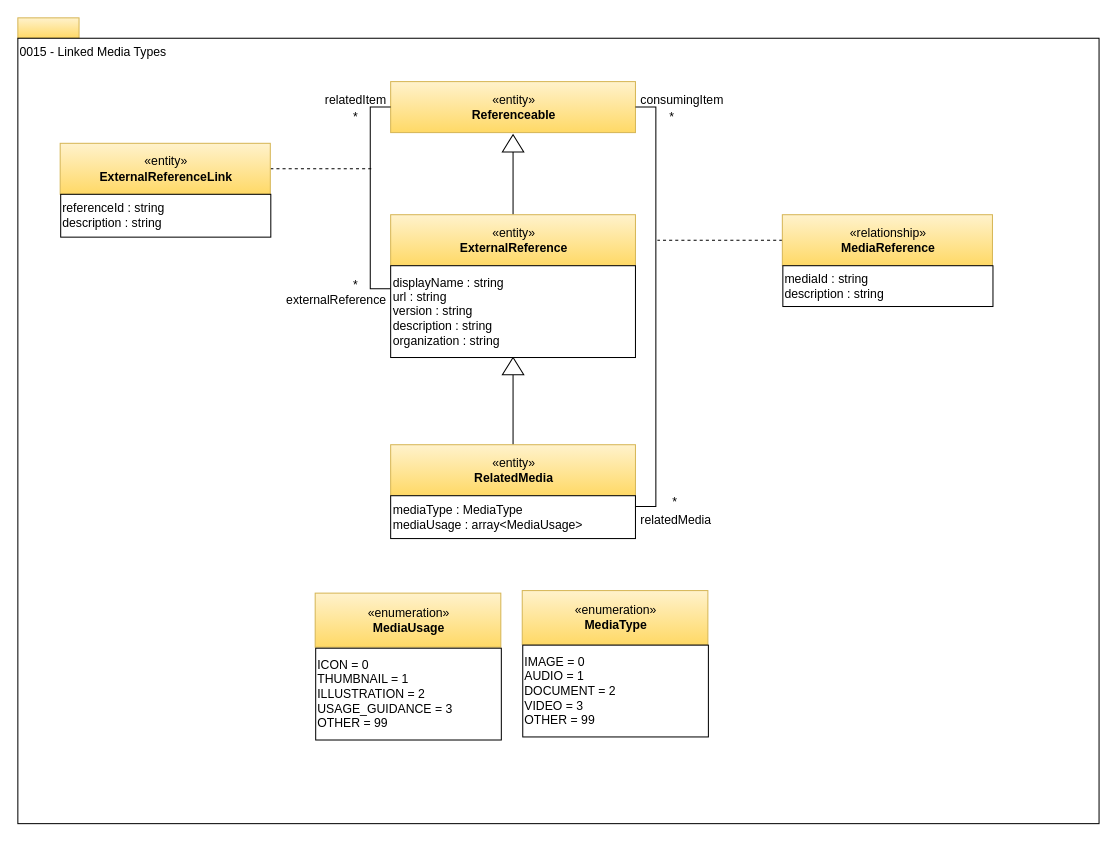
Above: page "0015-Linked-Media-Types" (5 of 20) of open-metadata-publication/website/open-metadata-types/area-0-basic-types-and-infrastructure.drawio in odpi/egeria (draw.io), before the change. Source tidied: cells renumbered, new cells numbered last; positions are measured from the earlier drawing's top-left corner, leaving out a move shared by most shapes. Both pictures are drawn from the tidied source at 102%, with x=0, y=0 at pixel (17, 17).
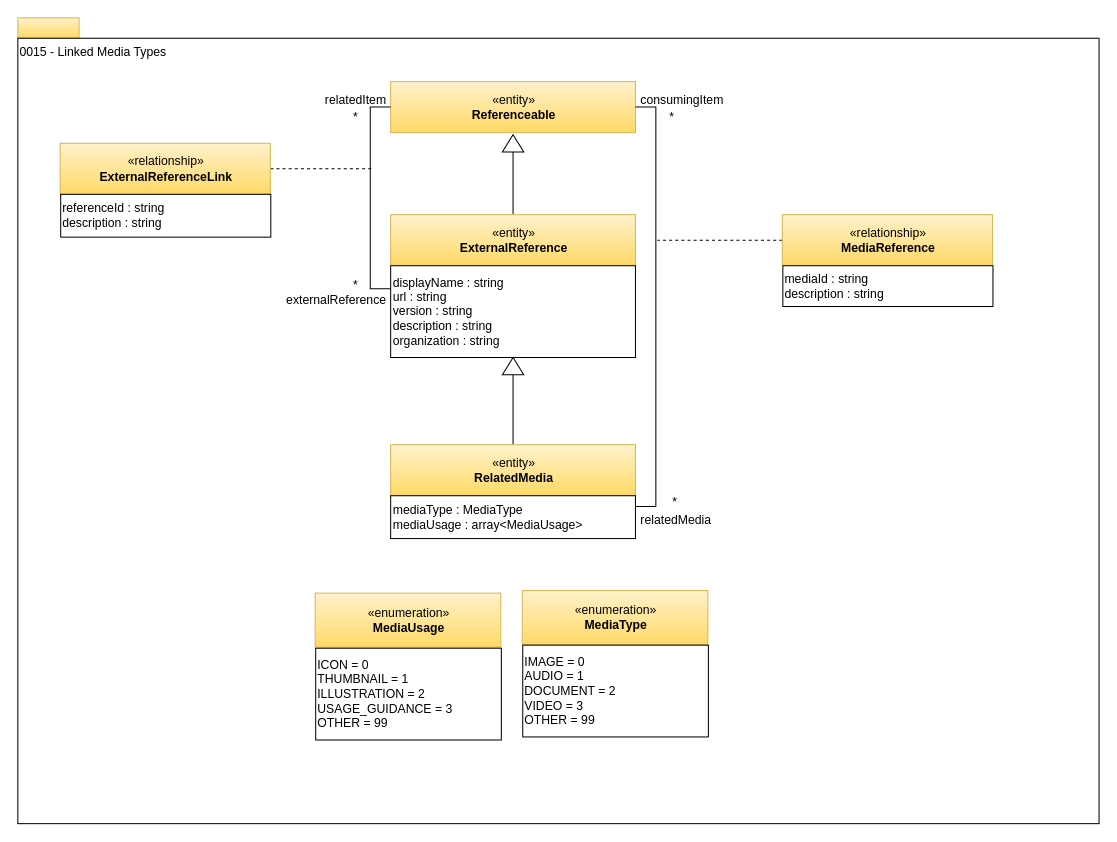
The same page after the edit.

The edit, as a diff of the source:
```diff
@@
-    <mxCell id="6" value="«entity»&lt;br&gt;&lt;b&gt;ExternalReferenceLink&lt;/b&gt;" style="html=1;strokeColor=#d6b656;align=center;fillColor=#fff2cc;gradientColor=#ffd966;" parent="1" vertex="1">
+    <mxCell id="6" value="«relationship»&lt;br&gt;&lt;b&gt;ExternalReferenceLink&lt;/b&gt;" style="html=1;strokeColor=#d6b656;align=center;fillColor=#fff2cc;gradientColor=#ffd966;" parent="1" vertex="1">
       <mxGeometry x="41.5" y="123" width="206" height="50" as="geometry" />
     </mxCell>
```
